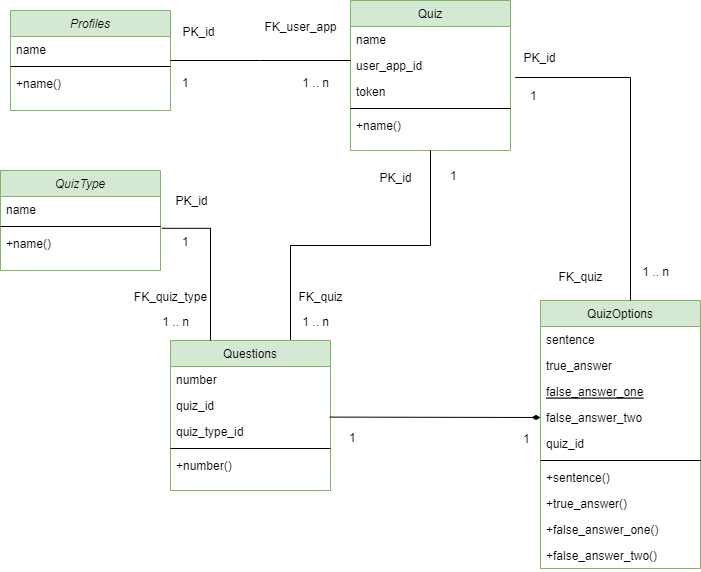
Earlier version of the draw.io export project/images4readme/ClassDiagram.png (josebuenogar1/quiz_creator). Source tidied: cells renumbered, new cells last; positions are measured from the earlier drawing's top-left corner, leaving out a move shared by most shapes.
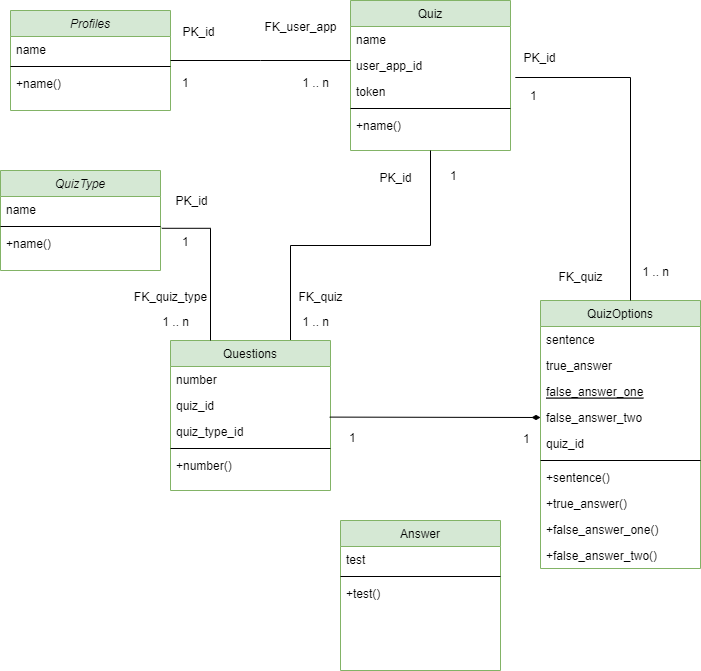
After the commit.

Change to the diagram source:
```diff
@@ -200,5 +200,17 @@
         <mxPoint x="321" y="336" as="offset" />
       </mxGeometry>
     </mxCell>
+    <mxCell id="56" value="Answer" style="swimlane;fontStyle=0;align=center;verticalAlign=top;horizontal=1;startSize=26;rounded=0;shadow=0;strokeWidth=1;fillColor=#d5e8d4;strokeColor=#82b366;" parent="1" vertex="1">
+      <mxGeometry x="340" y="590" width="160" height="150" as="geometry" />
+    </mxCell>
+    <mxCell id="57" value="test" style="text;align=left;verticalAlign=top;spacingLeft=4;spacingRight=4;overflow=hidden;" parent="56" vertex="1">
+      <mxGeometry y="26" width="160" height="26" as="geometry" />
+    </mxCell>
+    <mxCell id="58" style="line;html=1;strokeWidth=1;align=left;verticalAlign=middle;spacingTop=-1;spacingLeft=3;spacingRight=3;labelPosition=right;" parent="56" vertex="1">
+      <mxGeometry y="52" width="160" height="8" as="geometry" />
+    </mxCell>
+    <mxCell id="59" value="+test()" style="text;align=left;verticalAlign=top;spacingLeft=4;spacingRight=4;overflow=hidden;" parent="56" vertex="1">
+      <mxGeometry y="60" width="160" height="26" as="geometry" />
+    </mxCell>
   </root>
 </mxGraphModel>
```
